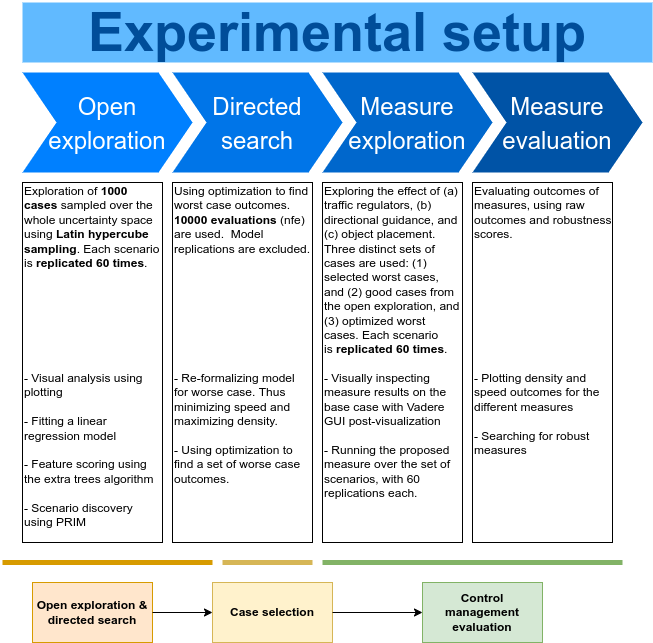
Before: figures/Experimental_Design.png, a diagram exported from draw.io (floristevito/CrowdSim). Source tidied: cells renumbered, new cells last; positions are measured from the earlier drawing's top-left corner, leaving out a move shared by most shapes.
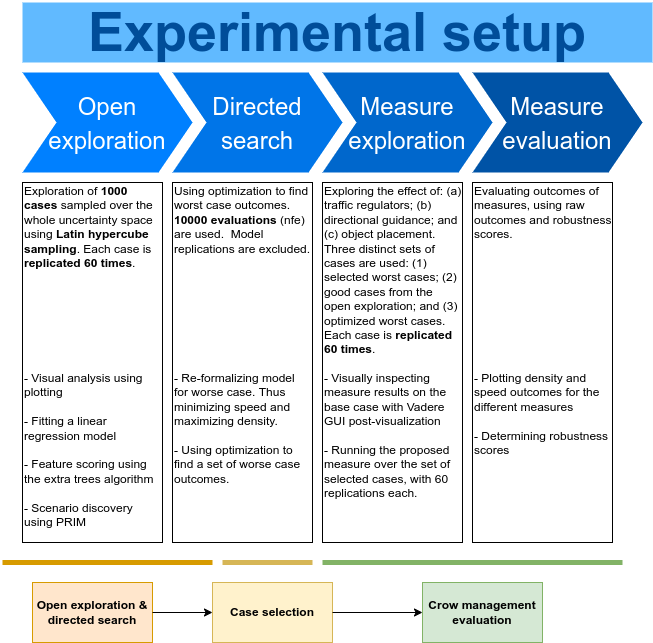
After the commit.

Diff of the diagram source:
```diff
@@ -17,16 +17,16 @@
     <mxCell id="6" value="Experimental setup" style="text;html=1;strokeColor=none;fillColor=#61BAFF;align=center;verticalAlign=middle;whiteSpace=wrap;fontSize=54;fontStyle=1;fontColor=#004D99;" parent="1" vertex="1">
       <mxGeometry x="20" width="630" height="60" as="geometry" />
     </mxCell>
-    <mxCell id="7" value="Exploration of&amp;nbsp;&lt;b&gt;1000 cases &lt;/b&gt;sampled&amp;nbsp;over the whole uncertainty space using &lt;b&gt;Latin hypercube sampling&lt;/b&gt;. Each scenario is &lt;b&gt;replicated 60 times&lt;/b&gt;.&lt;br&gt;&lt;span&gt;&lt;br&gt;&lt;br&gt;&lt;br&gt;&lt;br&gt;&lt;br&gt;&lt;br&gt;&lt;br&gt;&lt;/span&gt;- Visual analysis using plotting&amp;nbsp;&lt;br&gt;&lt;span&gt;&lt;br&gt;- Fitting a&lt;/span&gt;&lt;b&gt; &lt;/b&gt;&lt;span&gt;linear regression model&amp;nbsp;&lt;br&gt;&lt;br&gt;&lt;/span&gt;&lt;span&gt;- Feature scoring using the extra trees algorithm&lt;br&gt;&lt;/span&gt;&lt;span&gt;&lt;br&gt;&lt;/span&gt;&lt;span&gt;- Scenario discovery using PRIM&lt;/span&gt;&lt;span&gt;&lt;br&gt;&lt;/span&gt;" style="text;spacingTop=-5;fillColor=#ffffff;whiteSpace=wrap;html=1;align=left;fontSize=12;fontFamily=Helvetica;fillColor=none;strokeColor=default;" parent="1" vertex="1">
+    <mxCell id="7" value="Exploration of&amp;nbsp;&lt;b&gt;1000 cases &lt;/b&gt;sampled&amp;nbsp;over the whole uncertainty space using &lt;b&gt;Latin hypercube sampling&lt;/b&gt;. Each case is &lt;b&gt;replicated 60 times&lt;/b&gt;.&lt;br&gt;&lt;span&gt;&lt;br&gt;&lt;br&gt;&lt;br&gt;&lt;br&gt;&lt;br&gt;&lt;br&gt;&lt;br&gt;&lt;/span&gt;- Visual analysis using plotting&amp;nbsp;&lt;br&gt;&lt;span&gt;&lt;br&gt;- Fitting a&lt;/span&gt;&lt;b&gt; &lt;/b&gt;&lt;span&gt;linear regression model&amp;nbsp;&lt;br&gt;&lt;br&gt;&lt;/span&gt;&lt;span&gt;- Feature scoring using the extra trees algorithm&lt;br&gt;&lt;/span&gt;&lt;span&gt;&lt;br&gt;&lt;/span&gt;&lt;span&gt;- Scenario discovery using PRIM&lt;/span&gt;&lt;span&gt;&lt;br&gt;&lt;/span&gt;" style="text;spacingTop=-5;fillColor=#ffffff;whiteSpace=wrap;html=1;align=left;fontSize=12;fontFamily=Helvetica;fillColor=none;strokeColor=default;" parent="1" vertex="1">
       <mxGeometry x="20" y="180" width="140" height="360" as="geometry" />
     </mxCell>
     <mxCell id="8" value="Using optimization to find worst case outcomes. &lt;b&gt;10000 evaluations&lt;/b&gt; (nfe) are used.&amp;nbsp; Model replications are excluded.&lt;br&gt;&lt;br&gt;&lt;br&gt;&lt;br&gt;&lt;br&gt;&lt;br&gt;&lt;br&gt;&lt;br&gt;&lt;br&gt;&lt;span&gt;- Re-formalizing model for worse case. Thus minimizing speed and maximizing density.&lt;br&gt;&lt;br&gt;&lt;/span&gt;&lt;span&gt;- Using optimization to find a set of worse case outcomes.&lt;/span&gt;&lt;span&gt;&lt;br&gt;&lt;/span&gt;" style="text;spacingTop=-5;fillColor=default;whiteSpace=wrap;html=1;align=left;fontSize=12;fontFamily=Helvetica;fillColor=none;strokeColor=default;" parent="1" vertex="1">
       <mxGeometry x="170" y="180" width="140" height="360" as="geometry" />
     </mxCell>
-    <mxCell id="9" value="Exploring the effect of (a) traffic regulators, (b) directional guidance, and (c) object placement. Three distinct sets of cases are used: (1) selected worst cases, and (2) good cases from the open exploration, and (3) optimized worst cases. Each scenario is&amp;nbsp;&lt;b&gt;replicated 60 times&lt;/b&gt;.&lt;br&gt;&lt;br&gt;&lt;span&gt;- Visually inspecting measure results on the base case with Vadere GUI post-visualization&lt;br&gt;&lt;/span&gt;&lt;span&gt;&lt;br&gt;- Running the proposed measure over the set of scenarios, with 60 replications each.&lt;/span&gt;&lt;span&gt;&lt;br&gt;&lt;/span&gt;" style="text;spacingTop=-5;fillColor=#ffffff;whiteSpace=wrap;html=1;align=left;fontSize=12;fontFamily=Helvetica;fillColor=none;strokeColor=default;" parent="1" vertex="1">
+    <mxCell id="9" value="Exploring the effect of: (a) traffic regulators; (b) directional guidance; and (c) object placement. Three distinct sets of cases are used: (1) selected worst cases; (2) good cases from the open exploration; and (3) optimized worst cases. Each case is&amp;nbsp;&lt;b&gt;replicated 60 times&lt;/b&gt;.&lt;br&gt;&lt;br&gt;&lt;span&gt;- Visually inspecting measure results on the base case with Vadere GUI post-visualization&lt;br&gt;&lt;/span&gt;&lt;span&gt;&lt;br&gt;- Running the proposed measure over the set of selected cases, with 60 replications each.&lt;/span&gt;&lt;span&gt;&lt;br&gt;&lt;/span&gt;" style="text;spacingTop=-5;fillColor=#ffffff;whiteSpace=wrap;html=1;align=left;fontSize=12;fontFamily=Helvetica;fillColor=none;strokeColor=default;" parent="1" vertex="1">
       <mxGeometry x="320" y="180" width="140" height="360" as="geometry" />
     </mxCell>
-    <mxCell id="10" value="Evaluating outcomes of measures, using raw outcomes and robustness scores.&lt;br&gt;&lt;br&gt;&lt;br&gt;&lt;br&gt;&lt;br&gt;&lt;br&gt;&lt;br&gt;&lt;br&gt;&lt;br&gt;&lt;br&gt;&lt;span&gt;- Plotting density and speed outcomes for the different measures&lt;br&gt;&lt;/span&gt;&lt;span&gt;&lt;br&gt;- Searching for robust measures&lt;/span&gt;&lt;span&gt;&lt;br&gt;&lt;/span&gt;" style="text;spacingTop=-5;fillColor=#ffffff;whiteSpace=wrap;html=1;align=left;fontSize=12;fontFamily=Helvetica;fillColor=none;strokeColor=default;" parent="1" vertex="1">
+    <mxCell id="10" value="Evaluating outcomes of measures, using raw outcomes and robustness scores.&lt;br&gt;&lt;br&gt;&lt;br&gt;&lt;br&gt;&lt;br&gt;&lt;br&gt;&lt;br&gt;&lt;br&gt;&lt;br&gt;&lt;br&gt;&lt;span&gt;- Plotting density and speed outcomes for the different measures&lt;br&gt;&lt;/span&gt;&lt;span&gt;&lt;br&gt;- Determining robustness scores&lt;/span&gt;&lt;span&gt;&lt;br&gt;&lt;/span&gt;" style="text;spacingTop=-5;fillColor=#ffffff;whiteSpace=wrap;html=1;align=left;fontSize=12;fontFamily=Helvetica;fillColor=none;strokeColor=default;" parent="1" vertex="1">
       <mxGeometry x="470" y="180" width="140" height="360" as="geometry" />
     </mxCell>
     <mxCell id="11" value="&lt;b&gt;Open exploration &amp;amp; directed search&lt;/b&gt;" style="rounded=0;whiteSpace=wrap;html=1;fillColor=#ffe6cc;strokeColor=#d79b00;" parent="1" vertex="1">
@@ -35,7 +35,7 @@
     <mxCell id="12" value="&lt;b&gt;Case selection&lt;/b&gt;" style="rounded=0;whiteSpace=wrap;html=1;fillColor=#fff2cc;strokeColor=#d6b656;" parent="1" vertex="1">
       <mxGeometry x="210" y="580" width="120" height="60" as="geometry" />
     </mxCell>
-    <mxCell id="13" value="&lt;b&gt;Control management evaluation&lt;/b&gt;" style="rounded=0;whiteSpace=wrap;html=1;fillColor=#d5e8d4;strokeColor=#82b366;" parent="1" vertex="1">
+    <mxCell id="13" value="&lt;b&gt;Crow management evaluation&lt;/b&gt;" style="rounded=0;whiteSpace=wrap;html=1;fillColor=#d5e8d4;strokeColor=#82b366;" parent="1" vertex="1">
       <mxGeometry x="420" y="580" width="120" height="60" as="geometry" />
     </mxCell>
     <mxCell id="14" style="endArrow=none;html=1;rounded=0;fillColor=#ffe6cc;strokeColor=#d79b00;strokeWidth=5;" parent="1" edge="1">
```
